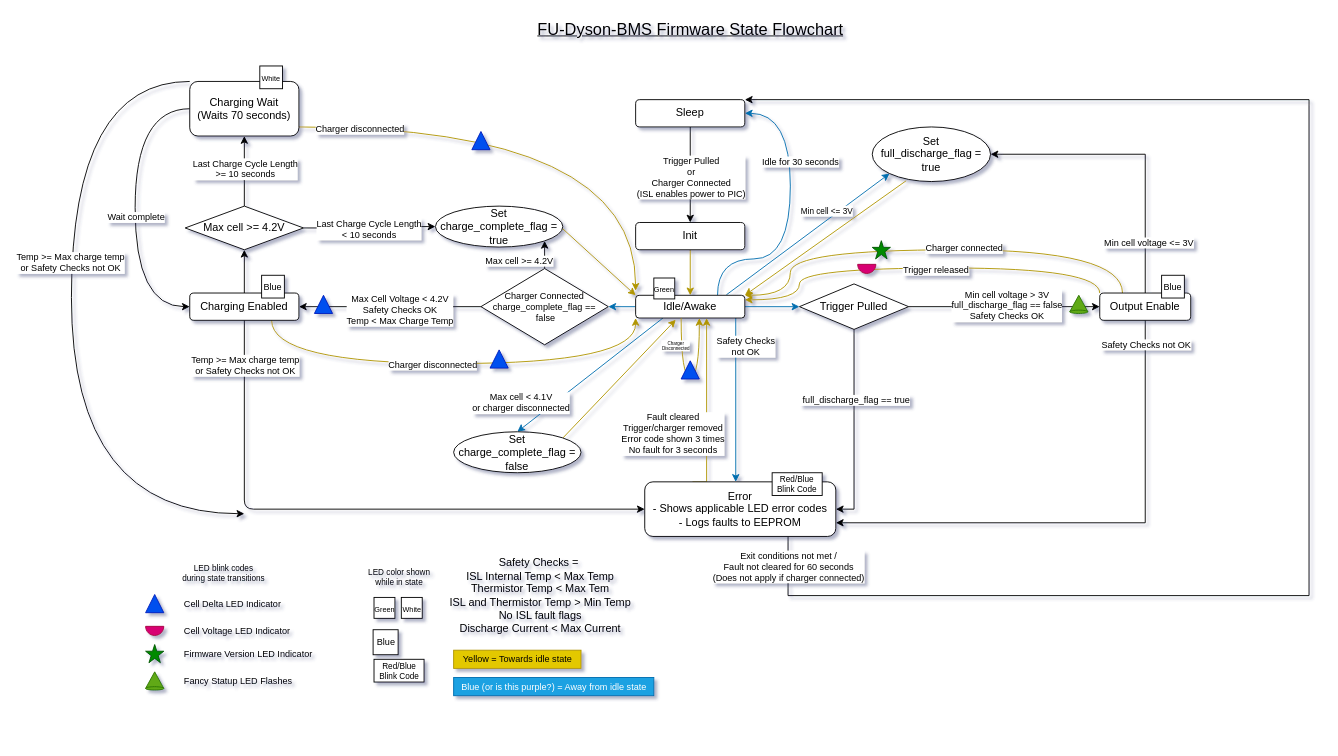
Earlier version of the draw.io diagram firmware-info/Firmware State Flow Chart - FINAL.drawio (tinfever/FU-Dyson-BMS). Source tidied: cells renumbered, new cells numbered last; positions are measured from the earlier drawing's top-left corner, leaving out a move shared by most shapes. Both pictures are drawn from the tidied source at 91%, with x=0, y=0 at pixel (71, 15).
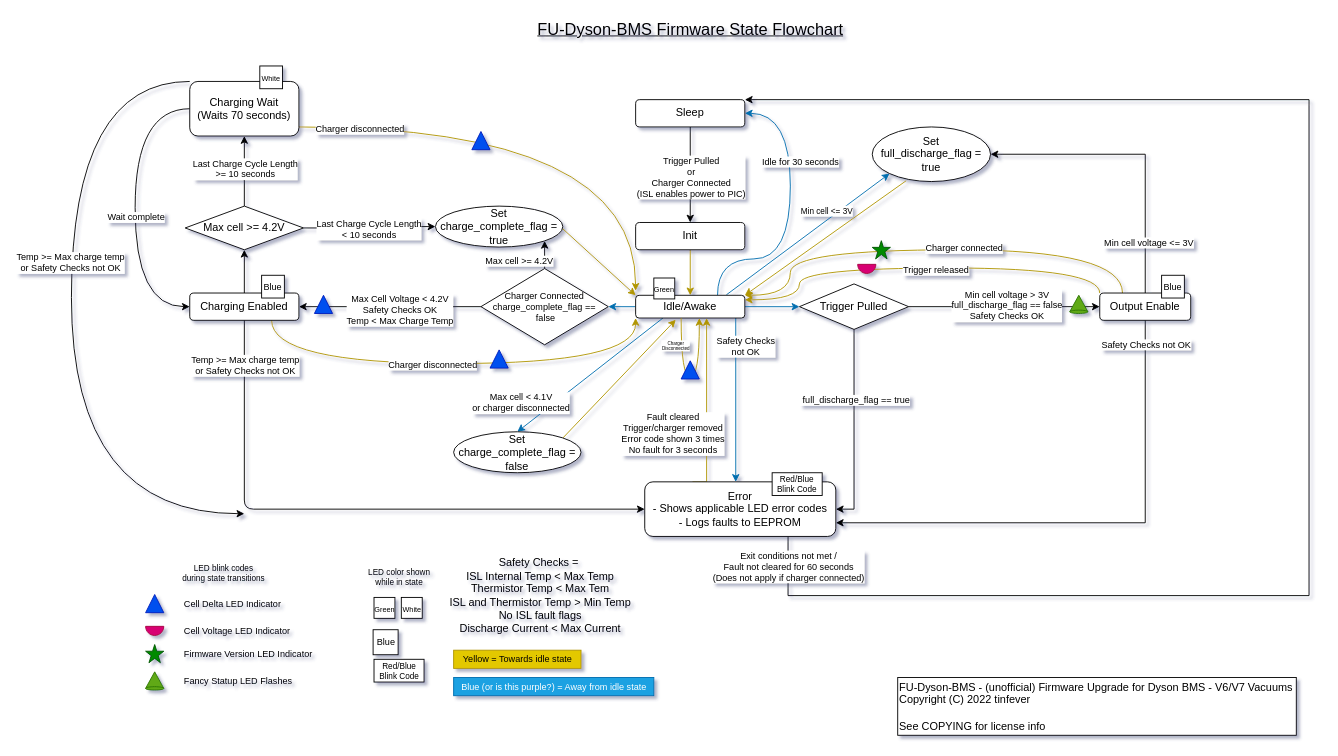
Above is the later version.

The edit, as a diff of the source:
```diff
@@
+    <mxCell id="98" value="&lt;div style=&quot;font-size: 12px&quot;&gt;&lt;span&gt;FU-Dyson-BMS&#9;-&#9;(unofficial) Firmware Upgrade for Dyson BMS - V6/V7 Vacuums&lt;/span&gt;&lt;br&gt;&lt;/div&gt;&lt;div style=&quot;font-size: 12px&quot;&gt;&lt;font style=&quot;font-size: 12px&quot;&gt;Copyright (C) 2022 tinfever&lt;/font&gt;&lt;/div&gt;&lt;div style=&quot;font-size: 12px&quot;&gt;&lt;br&gt;&lt;/div&gt;&lt;div style=&quot;font-size: 12px&quot;&gt;&lt;font style=&quot;font-size: 12px&quot;&gt;See COPYING for license info&lt;/font&gt;&lt;/div&gt;" style="whiteSpace=wrap;html=1;align=left;fontSize=7;" parent="1" vertex="1">
+      <mxGeometry x="908" y="727" width="438" height="63.5" as="geometry" />
+    </mxCell>
```
